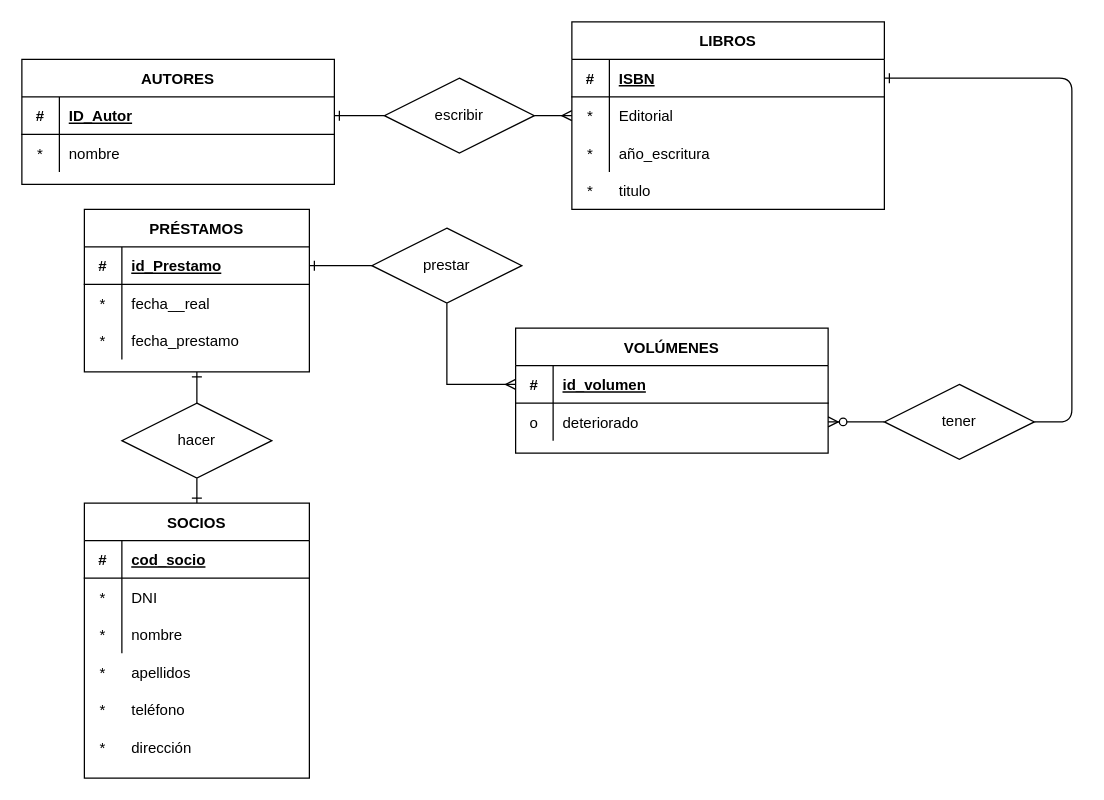
The draw.io diagram Untitled Diagram.drawio in idominguez25/Curso_JavaAngular, before the edit. Source tidied: cells renumbered, new cells numbered last; positions are measured from the earlier drawing's top-left corner, leaving out a move shared by most shapes. Both pictures are drawn from the tidied source at 125%, with x=0, y=0 at pixel (21, 21).
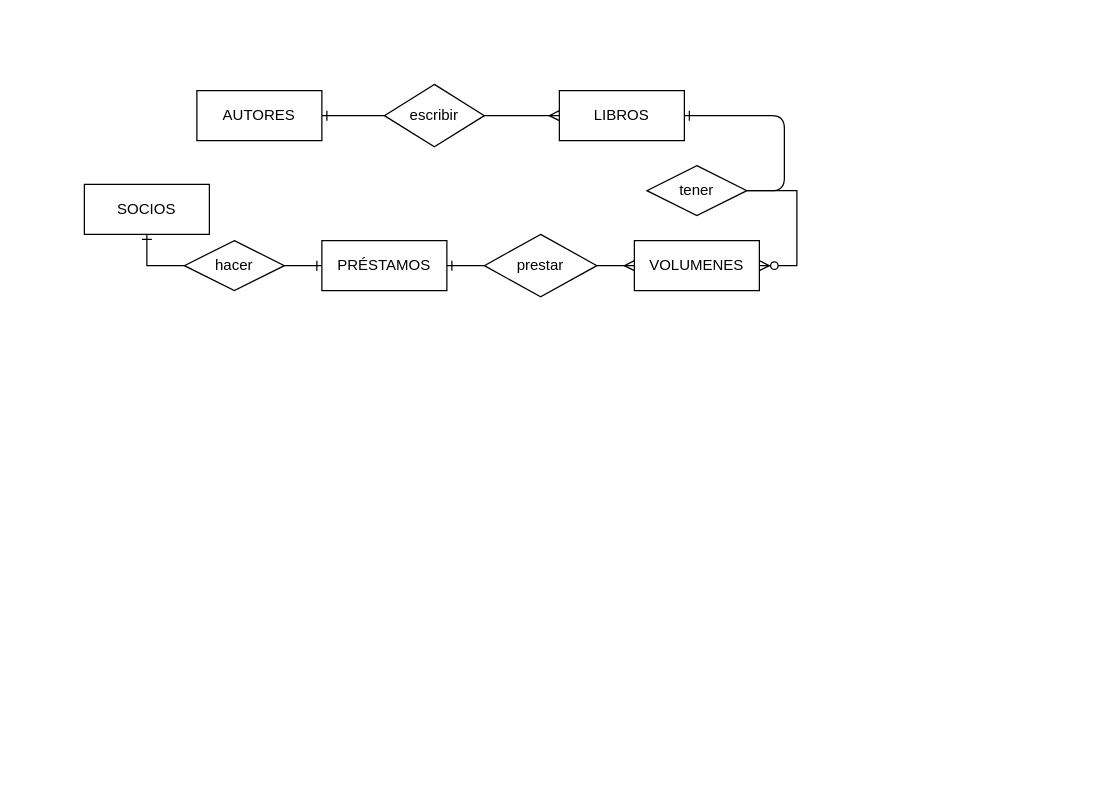
Above is the later version.

Commit message:
Ejercicios Entidad-relacion

Diff of the diagram source:
```diff
@@
-    <mxCell id="2" style="edgeStyle=entityRelationEdgeStyle;endArrow=ERmany;startArrow=none;endFill=0;startFill=0;" parent="1" edge="1" source="34" target="8">
+    <mxCell id="2" style="edgeStyle=entityRelationEdgeStyle;endArrow=ERmany;startArrow=none;endFill=0;startFill=0;" parent="1" edge="1" source="34" target="4">
       <mxGeometry relative="1" as="geometry" />
     </mxCell>
-    <mxCell id="3" style="edgeStyle=entityRelationEdgeStyle;endArrow=ERzeroToMany;startArrow=none;endFill=1;startFill=0;rounded=0;" parent="1" edge="1" source="32" target="18">
+    <mxCell id="3" style="edgeStyle=entityRelationEdgeStyle;endArrow=ERzeroToMany;startArrow=none;endFill=1;startFill=0;rounded=0;" parent="1" edge="1" source="32" target="70">
       <mxGeometry relative="1" as="geometry" />
     </mxCell>
-    <mxCell id="4" value="LIBROS" style="shape=table;startSize=30;childLayout=tableLayout;rowLines=0;fontStyle=1;align=center;" parent="1" vertex="1">
-      <mxGeometry x="440" width="250" height="150" as="geometry" />
-    </mxCell>
-    <mxCell id="5" style="shape=partialRectangle;fillColor=none;points=[[0,0.5],[1,0.5]];portConstraint=eastwest;top=0;left=0;right=0;bottom=1;" parent="4" vertex="1">
-      <mxGeometry y="30" width="250" height="30" as="geometry" />
-    </mxCell>
-    <mxCell id="6" value="#" style="shape=partialRectangle;overflow=hidden;fillColor=none;top=0;left=0;bottom=0;right=0;fontStyle=1;" parent="5" vertex="1">
-      <mxGeometry width="30" height="30" as="geometry" />
-    </mxCell>
-    <mxCell id="7" value="ISBN" style="shape=partialRectangle;overflow=hidden;fillColor=none;top=0;left=0;bottom=0;right=0;align=left;spacingLeft=6;fontStyle=5;" parent="5" vertex="1">
-      <mxGeometry x="30" width="220" height="30" as="geometry" />
-    </mxCell>
-    <mxCell id="8" style="shape=partialRectangle;fillColor=none;points=[[0,0.5],[1,0.5]];portConstraint=eastwest;top=0;left=0;right=0;bottom=0;" parent="4" vertex="1">
-      <mxGeometry y="60" width="250" height="30" as="geometry" />
-    </mxCell>
-    <mxCell id="9" value="*" style="shape=partialRectangle;overflow=hidden;fillColor=none;top=0;left=0;bottom=0;right=0;" parent="8" vertex="1">
-      <mxGeometry width="30" height="30" as="geometry" />
-    </mxCell>
-    <mxCell id="10" value="Editorial" style="shape=partialRectangle;overflow=hidden;fillColor=none;top=0;left=0;bottom=0;right=0;align=left;spacingLeft=6;" parent="8" vertex="1">
-      <mxGeometry x="30" width="220" height="30" as="geometry" />
-    </mxCell>
-    <mxCell id="11" style="shape=partialRectangle;fillColor=none;top=0;left=0;right=0;bottom=0;" parent="4" vertex="1">
-      <mxGeometry y="90" width="250" height="30" as="geometry" />
-    </mxCell>
-    <mxCell id="12" value="*" style="shape=partialRectangle;overflow=hidden;fillColor=none;top=0;left=0;bottom=0;right=0;" parent="11" vertex="1">
-      <mxGeometry width="30" height="30" as="geometry" />
-    </mxCell>
-    <mxCell id="13" value="año_escritura" style="shape=partialRectangle;overflow=hidden;fillColor=none;top=0;left=0;bottom=0;right=0;align=left;spacingLeft=6;" parent="11" vertex="1">
-      <mxGeometry x="30" width="220" height="30" as="geometry" />
-    </mxCell>
-    <mxCell id="14" value="VOLÚMENES" style="shape=table;startSize=30;childLayout=tableLayout;rowLines=0;fontStyle=1;align=center;" parent="1" vertex="1">
-      <mxGeometry x="395" y="245" width="250" height="100" as="geometry" />
-    </mxCell>
-    <mxCell id="15" style="shape=partialRectangle;fillColor=none;points=[[0,0.5],[1,0.5]];portConstraint=eastwest;top=0;left=0;right=0;bottom=1;" parent="14" vertex="1">
-      <mxGeometry y="30" width="250" height="30" as="geometry" />
-    </mxCell>
-    <mxCell id="16" value="#" style="shape=partialRectangle;overflow=hidden;fillColor=none;top=0;left=0;bottom=0;right=0;fontStyle=1;" parent="15" vertex="1">
-      <mxGeometry width="30" height="30" as="geometry" />
-    </mxCell>
-    <mxCell id="17" value="id_volumen" style="shape=partialRectangle;overflow=hidden;fillColor=none;top=0;left=0;bottom=0;right=0;align=left;spacingLeft=6;fontStyle=5;" parent="15" vertex="1">
-      <mxGeometry x="30" width="220" height="30" as="geometry" />
-    </mxCell>
-    <mxCell id="18" style="shape=partialRectangle;fillColor=none;points=[[0,0.5],[1,0.5]];portConstraint=eastwest;top=0;left=0;right=0;bottom=0;" parent="14" vertex="1">
-      <mxGeometry y="60" width="250" height="30" as="geometry" />
-    </mxCell>
-    <mxCell id="19" value="o" style="shape=partialRectangle;overflow=hidden;fillColor=none;top=0;left=0;bottom=0;right=0;" parent="18" vertex="1">
-      <mxGeometry width="30" height="30" as="geometry" />
-    </mxCell>
-    <mxCell id="20" value="deteriorado" style="shape=partialRectangle;overflow=hidden;fillColor=none;top=0;left=0;bottom=0;right=0;align=left;spacingLeft=6;" parent="18" vertex="1">
-      <mxGeometry x="30" width="220" height="30" as="geometry" />
-    </mxCell>
-    <mxCell id="21" value="AUTORES" style="shape=table;startSize=30;childLayout=tableLayout;rowLines=0;fontStyle=1;align=center;" parent="1" vertex="1">
-      <mxGeometry y="30" width="250" height="100" as="geometry" />
-    </mxCell>
-    <mxCell id="22" style="shape=partialRectangle;fillColor=none;points=[[0,0.5],[1,0.5]];portConstraint=eastwest;top=0;left=0;right=0;bottom=1;" parent="21" vertex="1">
-      <mxGeometry y="30" width="250" height="30" as="geometry" />
-    </mxCell>
-    <mxCell id="23" value="#" style="shape=partialRectangle;overflow=hidden;fillColor=none;top=0;left=0;bottom=0;right=0;fontStyle=1;" parent="22" vertex="1">
-      <mxGeometry width="30" height="30" as="geometry" />
-    </mxCell>
-    <mxCell id="24" value="ID_Autor" style="shape=partialRectangle;overflow=hidden;fillColor=none;top=0;left=0;bottom=0;right=0;align=left;spacingLeft=6;fontStyle=5;" parent="22" vertex="1">
-      <mxGeometry x="30" width="220" height="30" as="geometry" />
-    </mxCell>
-    <mxCell id="25" style="shape=partialRectangle;fillColor=none;top=0;left=0;right=0;bottom=0;" parent="21" vertex="1">
-      <mxGeometry y="60" width="250" height="30" as="geometry" />
-    </mxCell>
-    <mxCell id="26" value="*" style="shape=partialRectangle;overflow=hidden;fillColor=none;top=0;left=0;bottom=0;right=0;" parent="25" vertex="1">
-      <mxGeometry width="30" height="30" as="geometry" />
-    </mxCell>
-    <mxCell id="27" value="nombre" style="shape=partialRectangle;overflow=hidden;fillColor=none;top=0;left=0;bottom=0;right=0;align=left;spacingLeft=6;" parent="25" vertex="1">
-      <mxGeometry x="30" width="220" height="30" as="geometry" />
-    </mxCell>
-    <mxCell id="28" style="shape=partialRectangle;fillColor=none;top=0;left=0;right=0;bottom=0;" parent="1" vertex="1">
-      <mxGeometry x="440" y="120" width="250" height="30" as="geometry" />
-    </mxCell>
-    <mxCell id="29" value="*" style="shape=partialRectangle;overflow=hidden;fillColor=none;top=0;left=0;bottom=0;right=0;" parent="28" vertex="1">
-      <mxGeometry width="30" height="30" as="geometry" />
-    </mxCell>
-    <mxCell id="30" value="titulo" style="shape=partialRectangle;overflow=hidden;fillColor=none;top=0;left=0;bottom=0;right=0;align=left;spacingLeft=6;" parent="28" vertex="1">
-      <mxGeometry x="30" width="220" height="30" as="geometry" />
-    </mxCell>
-    <mxCell id="31" style="edgeStyle=entityRelationEdgeStyle;endArrow=none;startArrow=ERone;endFill=0;startFill=0;" parent="1" edge="1" source="22" target="34">
+    <mxCell id="31" style="edgeStyle=entityRelationEdgeStyle;endArrow=none;startArrow=ERone;endFill=0;startFill=0;rounded=0;" parent="1" edge="1" source="21" target="34">
       <mxGeometry relative="1" as="geometry" />
     </mxCell>
     <mxCell id="32" value="tener" style="shape=rhombus;perimeter=rhombusPerimeter;whiteSpace=wrap;html=1;align=center;" parent="1" vertex="1">
-      <mxGeometry x="690" y="290" width="120" height="60" as="geometry" />
+      <mxGeometry x="500" y="115" width="80" height="40" as="geometry" />
     </mxCell>
-    <mxCell id="33" style="edgeStyle=entityRelationEdgeStyle;endArrow=none;startArrow=ERone;endFill=0;startFill=0;" parent="1" edge="1" source="5" target="32">
+    <mxCell id="33" style="edgeStyle=entityRelationEdgeStyle;endArrow=none;startArrow=ERone;endFill=0;startFill=0;exitX=1;exitY=0.5;exitDx=0;exitDy=0;" parent="1" edge="1" source="4" target="32">
       <mxGeometry relative="1" as="geometry" />
     </mxCell>
     <mxCell id="34" value="escribir" style="shape=rhombus;perimeter=rhombusPerimeter;whiteSpace=wrap;html=1;align=center;" parent="1" vertex="1">
-      <mxGeometry x="290" y="45" width="120" height="60" as="geometry" />
+      <mxGeometry x="290" y="50" width="80" height="50" as="geometry" />
     </mxCell>
-    <mxCell id="35" style="edgeStyle=orthogonalEdgeStyle;rounded=0;jettySize=auto;html=1;exitX=0.5;exitY=1;exitDx=0;exitDy=0;startArrow=none;startFill=0;endArrow=ERone;endFill=0;" parent="1" edge="1" source="68" target="49">
+    <mxCell id="35" style="edgeStyle=orthogonalEdgeStyle;rounded=0;jettySize=auto;html=1;exitX=0;exitY=0.5;exitDx=0;exitDy=0;startArrow=none;startFill=0;endArrow=ERone;endFill=0;" parent="1" edge="1" source="68" target="49">
       <mxGeometry relative="1" as="geometry" />
     </mxCell>
-    <mxCell id="36" value="PRÉSTAMOS" style="shape=table;startSize=30;childLayout=tableLayout;rowLines=0;fontStyle=1;align=center;" parent="1" vertex="1">
-      <mxGeometry x="50" y="150" width="180" height="130" as="geometry" />
-    </mxCell>
-    <mxCell id="37" style="shape=partialRectangle;fillColor=none;top=0;left=0;bottom=1;right=0;points=[[0,0.5],[1,0.5]];portConstraint=eastwest;" parent="36" vertex="1">
-      <mxGeometry y="30" width="180" height="30" as="geometry" />
-    </mxCell>
-    <mxCell id="38" value="#" style="shape=partialRectangle;fillColor=none;top=0;left=0;bottom=0;right=0;fontStyle=1;overflow=hidden;" parent="37" vertex="1">
-      <mxGeometry width="30" height="30" as="geometry" />
-    </mxCell>
-    <mxCell id="39" value="id_Prestamo" style="shape=partialRectangle;fillColor=none;top=0;left=0;bottom=0;right=0;align=left;spacingLeft=6;fontStyle=5;overflow=hidden;" parent="37" vertex="1">
-      <mxGeometry x="30" width="150" height="30" as="geometry" />
-    </mxCell>
-    <mxCell id="40" style="shape=partialRectangle;fillColor=none;top=0;left=0;bottom=0;right=0;" parent="36" vertex="1">
-      <mxGeometry y="60" width="180" height="30" as="geometry" />
-    </mxCell>
-    <mxCell id="41" value="*" style="shape=partialRectangle;fillColor=none;top=0;left=0;bottom=0;right=0;overflow=hidden;" parent="40" vertex="1">
-      <mxGeometry width="30" height="30" as="geometry" />
-    </mxCell>
-    <mxCell id="42" value="fecha__real" style="shape=partialRectangle;fillColor=none;top=0;left=0;bottom=0;right=0;align=left;spacingLeft=6;overflow=hidden;" parent="40" vertex="1">
-      <mxGeometry x="30" width="150" height="30" as="geometry" />
-    </mxCell>
-    <mxCell id="43" style="shape=partialRectangle;fillColor=none;top=0;left=0;bottom=0;right=0;" parent="36" vertex="1">
-      <mxGeometry y="90" width="180" height="30" as="geometry" />
-    </mxCell>
-    <mxCell id="44" value="*" style="shape=partialRectangle;fillColor=none;top=0;left=0;bottom=0;right=0;overflow=hidden;" parent="43" vertex="1">
-      <mxGeometry width="30" height="30" as="geometry" />
-    </mxCell>
-    <mxCell id="45" value="fecha_prestamo" style="shape=partialRectangle;fillColor=none;top=0;left=0;bottom=0;right=0;align=left;spacingLeft=6;overflow=hidden;" parent="43" vertex="1">
-      <mxGeometry x="30" width="150" height="30" as="geometry" />
-    </mxCell>
-    <mxCell id="46" style="edgeStyle=orthogonalEdgeStyle;rounded=0;jettySize=auto;html=1;entryX=0;entryY=0.5;entryDx=0;entryDy=0;startArrow=none;startFill=0;endArrow=ERmany;endFill=0;" parent="1" edge="1" source="47" target="15">
+    <mxCell id="46" style="edgeStyle=orthogonalEdgeStyle;rounded=0;jettySize=auto;html=1;entryX=0;entryY=0.5;entryDx=0;entryDy=0;startArrow=none;startFill=0;endArrow=ERmany;endFill=0;" parent="1" edge="1" source="47" target="70">
       <mxGeometry relative="1" as="geometry" />
     </mxCell>
     <mxCell id="47" value="prestar" style="shape=rhombus;perimeter=rhombusPerimeter;whiteSpace=wrap;html=1;align=center;" parent="1" vertex="1">
-      <mxGeometry x="280" y="165" width="120" height="60" as="geometry" />
+      <mxGeometry x="370" y="170" width="90" height="50" as="geometry" />
     </mxCell>
-    <mxCell id="48" style="edgeStyle=orthogonalEdgeStyle;rounded=0;jettySize=auto;html=1;entryX=0;entryY=0.5;entryDx=0;entryDy=0;startArrow=ERone;startFill=0;endArrow=none;endFill=0;" parent="1" edge="1" source="37" target="47">
+    <mxCell id="48" style="edgeStyle=orthogonalEdgeStyle;rounded=0;jettySize=auto;html=1;entryX=0;entryY=0.5;entryDx=0;entryDy=0;startArrow=ERone;startFill=0;endArrow=none;endFill=0;" parent="1" edge="1" source="36" target="47">
       <mxGeometry relative="1" as="geometry" />
     </mxCell>
-    <mxCell id="49" value="SOCIOS" style="shape=table;startSize=30;childLayout=tableLayout;rowLines=0;fontStyle=1;align=center;" parent="1" vertex="1">
-      <mxGeometry x="50" y="385" width="180" height="220" as="geometry" />
-    </mxCell>
-    <mxCell id="50" style="shape=partialRectangle;fillColor=none;top=0;left=0;bottom=1;right=0;" parent="49" vertex="1">
-      <mxGeometry y="30" width="180" height="30" as="geometry" />
-    </mxCell>
-    <mxCell id="51" value="#" style="shape=partialRectangle;fillColor=none;top=0;left=0;bottom=0;right=0;fontStyle=1;overflow=hidden;" parent="50" vertex="1">
-      <mxGeometry width="30" height="30" as="geometry" />
-    </mxCell>
-    <mxCell id="52" value="cod_socio" style="shape=partialRectangle;fillColor=none;top=0;left=0;bottom=0;right=0;align=left;spacingLeft=6;fontStyle=5;overflow=hidden;" parent="50" vertex="1">
-      <mxGeometry x="30" width="150" height="30" as="geometry" />
-    </mxCell>
-    <mxCell id="53" style="shape=partialRectangle;fillColor=none;top=0;left=0;bottom=0;right=0;" parent="49" vertex="1">
-      <mxGeometry y="60" width="180" height="30" as="geometry" />
-    </mxCell>
-    <mxCell id="54" value="*" style="shape=partialRectangle;fillColor=none;top=0;left=0;bottom=0;right=0;overflow=hidden;" parent="53" vertex="1">
-      <mxGeometry width="30" height="30" as="geometry" />
-    </mxCell>
-    <mxCell id="55" value="DNI" style="shape=partialRectangle;fillColor=none;top=0;left=0;bottom=0;right=0;align=left;spacingLeft=6;overflow=hidden;" parent="53" vertex="1">
-      <mxGeometry x="30" width="150" height="30" as="geometry" />
-    </mxCell>
-    <mxCell id="56" style="shape=partialRectangle;fillColor=none;top=0;left=0;bottom=0;right=0;" parent="49" vertex="1">
-      <mxGeometry y="90" width="180" height="30" as="geometry" />
-    </mxCell>
-    <mxCell id="57" value="*" style="shape=partialRectangle;fillColor=none;top=0;left=0;bottom=0;right=0;overflow=hidden;" parent="56" vertex="1">
-      <mxGeometry width="30" height="30" as="geometry" />
-    </mxCell>
-    <mxCell id="58" value="nombre" style="shape=partialRectangle;fillColor=none;top=0;left=0;bottom=0;right=0;align=left;spacingLeft=6;overflow=hidden;" parent="56" vertex="1">
-      <mxGeometry x="30" width="150" height="30" as="geometry" />
-    </mxCell>
-    <mxCell id="59" style="shape=partialRectangle;fillColor=none;top=0;left=0;bottom=0;right=0;" parent="1" vertex="1">
-      <mxGeometry x="50" y="505" width="180" height="30" as="geometry" />
-    </mxCell>
-    <mxCell id="60" value="*" style="shape=partialRectangle;fillColor=none;top=0;left=0;bottom=0;right=0;overflow=hidden;" parent="59" vertex="1">
-      <mxGeometry width="30" height="30" as="geometry" />
-    </mxCell>
-    <mxCell id="61" value="apellidos" style="shape=partialRectangle;fillColor=none;top=0;left=0;bottom=0;right=0;align=left;spacingLeft=6;overflow=hidden;" parent="59" vertex="1">
-      <mxGeometry x="30" width="150" height="30" as="geometry" />
-    </mxCell>
-    <mxCell id="62" style="shape=partialRectangle;fillColor=none;top=0;left=0;bottom=0;right=0;" parent="1" vertex="1">
-      <mxGeometry x="50" y="565" width="180" height="30" as="geometry" />
-    </mxCell>
-    <mxCell id="63" value="*" style="shape=partialRectangle;fillColor=none;top=0;left=0;bottom=0;right=0;overflow=hidden;" parent="62" vertex="1">
-      <mxGeometry width="30" height="30" as="geometry" />
-    </mxCell>
-    <mxCell id="64" value="dirección" style="shape=partialRectangle;fillColor=none;top=0;left=0;bottom=0;right=0;align=left;spacingLeft=6;overflow=hidden;" parent="62" vertex="1">
-      <mxGeometry x="30" width="150" height="30" as="geometry" />
-    </mxCell>
-    <mxCell id="65" style="shape=partialRectangle;fillColor=none;top=0;left=0;bottom=0;right=0;" parent="1" vertex="1">
-      <mxGeometry x="50" y="535" width="180" height="30" as="geometry" />
-    </mxCell>
-    <mxCell id="66" value="*" style="shape=partialRectangle;fillColor=none;top=0;left=0;bottom=0;right=0;overflow=hidden;" parent="65" vertex="1">
-      <mxGeometry width="30" height="30" as="geometry" />
-    </mxCell>
-    <mxCell id="67" value="teléfono" style="shape=partialRectangle;fillColor=none;top=0;left=0;bottom=0;right=0;align=left;spacingLeft=6;overflow=hidden;" parent="65" vertex="1">
-      <mxGeometry x="30" width="150" height="30" as="geometry" />
-    </mxCell>
     <mxCell id="68" value="hacer" style="shape=rhombus;perimeter=rhombusPerimeter;whiteSpace=wrap;html=1;align=center;" parent="1" vertex="1">
-      <mxGeometry x="80" y="305" width="120" height="60" as="geometry" />
+      <mxGeometry x="130" y="175" width="80" height="40" as="geometry" />
     </mxCell>
-    <mxCell id="69" style="edgeStyle=orthogonalEdgeStyle;rounded=0;jettySize=auto;html=1;exitX=0.5;exitY=1;exitDx=0;exitDy=0;startArrow=ERone;startFill=0;endArrow=none;endFill=0;" parent="1" edge="1" source="36" target="68">
+    <mxCell id="69" style="edgeStyle=orthogonalEdgeStyle;rounded=0;jettySize=auto;html=1;exitX=0;exitY=0.5;exitDx=0;exitDy=0;startArrow=ERone;startFill=0;endArrow=none;endFill=0;" parent="1" edge="1" source="36" target="68">
       <mxGeometry relative="1" as="geometry" />
     </mxCell>
+    <mxCell id="21" value="AUTORES" style="whiteSpace=wrap;html=1;align=center;" parent="1" vertex="1">
+      <mxGeometry x="140" y="55" width="100" height="40" as="geometry" />
+    </mxCell>
+    <mxCell id="4" value="LIBROS" style="whiteSpace=wrap;html=1;align=center;" parent="1" vertex="1">
+      <mxGeometry x="430" y="55" width="100" height="40" as="geometry" />
+    </mxCell>
+    <mxCell id="70" value="VOLUMENES" style="whiteSpace=wrap;html=1;align=center;" parent="1" vertex="1">
+      <mxGeometry x="490" y="175" width="100" height="40" as="geometry" />
+    </mxCell>
+    <mxCell id="36" value="PRÉSTAMOS" style="whiteSpace=wrap;html=1;align=center;" parent="1" vertex="1">
+      <mxGeometry x="240" y="175" width="100" height="40" as="geometry" />
+    </mxCell>
+    <mxCell id="49" value="SOCIOS" style="whiteSpace=wrap;html=1;align=center;" parent="1" vertex="1">
+      <mxGeometry x="50" y="130" width="100" height="40" as="geometry" />
+    </mxCell>
```
